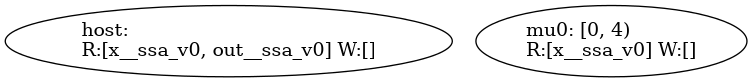
The Graphviz diagram out/range_carry_post.png in Servyi-Agent/pypto-symir, before a commit. Its source is kept beside it as out/range_carry_post.dot.
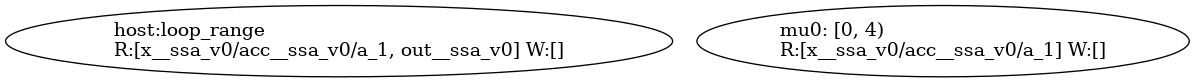
After the commit.

What changed in the source:
```diff
@@ -1,4 +1,4 @@
 digraph {
-    0 [ label = "host:\lR:[x__ssa_v0, out__ssa_v0] W:[]" ]
-    1 [ label = "mu0: [0, 4)\lR:[x__ssa_v0] W:[]" ]
+    0 [ label = "host:loop_range\lR:[x__ssa_v0/acc__ssa_v0/a_1, out__ssa_v0] W:[]" ]
+    1 [ label = "mu0: [0, 4)\lR:[x__ssa_v0/acc__ssa_v0/a_1] W:[]" ]
 }
```
